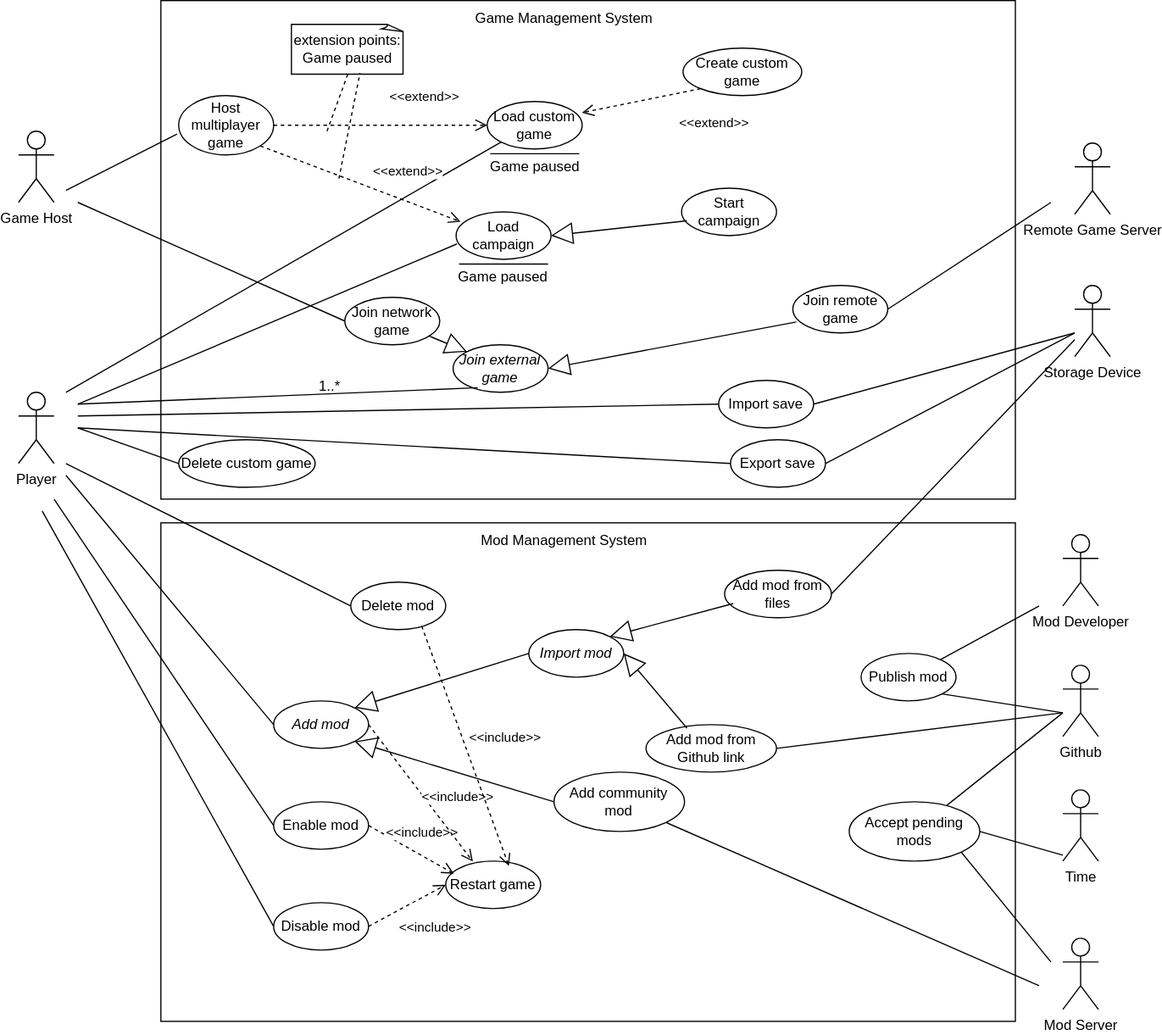
Earlier version of the draw.io export SE202526/Milestone2/UseCases/DiogoAntunes/UseCaseDiagram.svg (gabits17/Mindustry-Add-ons-SE-Project). Source tidied: cells renumbered, new cells last; positions are measured from the earlier drawing's top-left corner, leaving out a move shared by most shapes.
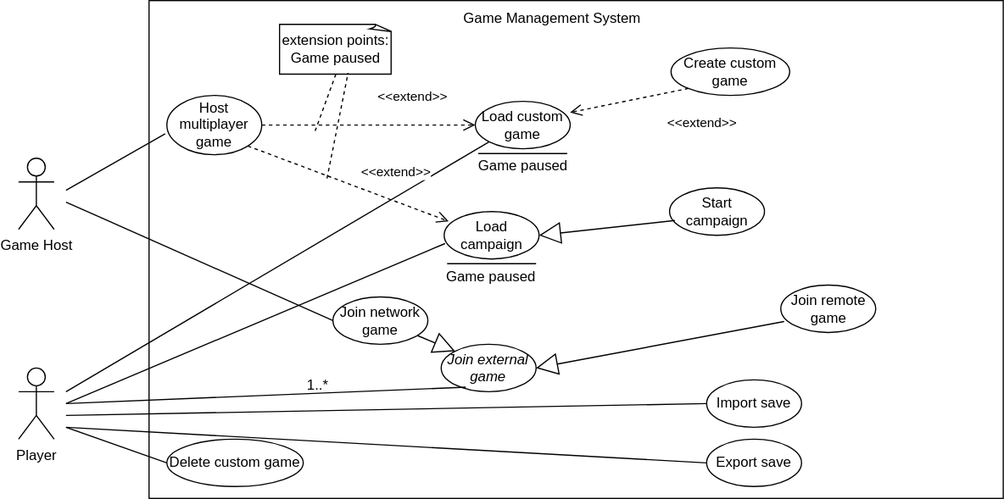
Later version of the same file.

Commit message:
Diogo Antunes 67763: Use Case Diagrams ammend after teacher advice, topic reduction

Diff of the diagram source:
```diff
@@ -4,8 +4,5 @@
     <mxCell id="1" parent="0" />
-    <mxCell id="2" value="Github" style="shape=umlActor;verticalLabelPosition=bottom;verticalAlign=top;html=1;" parent="1" vertex="1">
-      <mxGeometry x="880" y="560" width="30" height="60" as="geometry" />
-    </mxCell>
-    <mxCell id="3" style="rounded=0;whiteSpace=wrap;html=1;" parent="1" vertex="1">
-      <mxGeometry x="120" width="720" height="420" as="geometry" />
-    </mxCell>
+    <mxCell id="81" style="rounded=0;whiteSpace=wrap;html=1;" parent="1" vertex="1">
+      <mxGeometry x="120" width="720" height="420" as="geometry" />
+    </mxCell>
     <mxCell id="4" value="Game Management System" style="text;html=1;whiteSpace=wrap;strokeColor=none;fillColor=none;align=center;verticalAlign=middle;rounded=0;" parent="1" vertex="1">
@@ -13,102 +10,8 @@
     </mxCell>
-    <mxCell id="5" value="Mod Developer" style="shape=umlActor;verticalLabelPosition=bottom;verticalAlign=top;html=1;" parent="1" vertex="1">
-      <mxGeometry x="880" y="450" width="30" height="60" as="geometry" />
-    </mxCell>
     <mxCell id="6" value="Game Host" style="shape=umlActor;verticalLabelPosition=bottom;verticalAlign=top;html=1;" parent="1" vertex="1">
-      <mxGeometry y="110" width="30" height="60" as="geometry" />
+      <mxGeometry x="10" y="133" width="30" height="60" as="geometry" />
     </mxCell>
-    <mxCell id="7" style="rounded=0;whiteSpace=wrap;html=1;" parent="1" vertex="1">
-      <mxGeometry x="120" y="440" width="720" height="420" as="geometry" />
-    </mxCell>
-    <mxCell id="8" value="Mod Management System" style="text;html=1;whiteSpace=wrap;strokeColor=none;fillColor=none;align=center;verticalAlign=middle;rounded=0;" parent="1" vertex="1">
-      <mxGeometry x="330" y="440" width="260" height="30" as="geometry" />
-    </mxCell>
-    <mxCell id="9" value="Publish mod" style="ellipse;whiteSpace=wrap;html=1;" parent="1" vertex="1">
-      <mxGeometry x="710" y="550" width="80" height="40" as="geometry" />
-    </mxCell>
-    <mxCell id="10" value="&lt;i&gt;Add mod&lt;/i&gt;" style="ellipse;whiteSpace=wrap;html=1;" parent="1" vertex="1">
-      <mxGeometry x="215" y="590" width="80" height="40" as="geometry" />
-    </mxCell>
-    <mxCell id="11" value="Delete mod" style="ellipse;whiteSpace=wrap;html=1;" parent="1" vertex="1">
-      <mxGeometry x="280" y="490" width="80" height="40" as="geometry" />
-    </mxCell>
-    <mxCell id="12" style="endArrow=none;html=1;rounded=0;" parent="1" edge="1" target="9">
-      <mxGeometry relative="1" as="geometry">
-        <mxPoint x="860" y="510" as="sourcePoint" />
-      </mxGeometry>
-    </mxCell>
-    <mxCell id="13" value="&lt;i&gt;Import mod&lt;/i&gt;" style="ellipse;whiteSpace=wrap;html=1;" parent="1" vertex="1">
-      <mxGeometry x="430" y="530" width="80" height="40" as="geometry" />
-    </mxCell>
-    <mxCell id="14" value="Add mod from Github link" style="ellipse;whiteSpace=wrap;html=1;" parent="1" vertex="1">
-      <mxGeometry x="528.8" y="610" width="110" height="40" as="geometry" />
-    </mxCell>
-    <mxCell id="15" value="Add mod from files" style="ellipse;whiteSpace=wrap;html=1;" parent="1" vertex="1">
-      <mxGeometry x="595" y="480" width="90" height="40" as="geometry" />
-    </mxCell>
-    <mxCell id="16" value="Add community mod" style="ellipse;whiteSpace=wrap;html=1;" parent="1" vertex="1">
-      <mxGeometry x="451.2" y="650" width="110" height="50" as="geometry" />
-    </mxCell>
-    <mxCell id="17" value="Mod Server" style="shape=umlActor;verticalLabelPosition=bottom;verticalAlign=top;html=1;" parent="1" vertex="1">
-      <mxGeometry x="880" y="790" width="30" height="60" as="geometry" />
-    </mxCell>
-    <mxCell id="18" value="Time" style="shape=umlActor;verticalLabelPosition=bottom;verticalAlign=top;html=1;" parent="1" vertex="1">
-      <mxGeometry x="880" y="665" width="30" height="60" as="geometry" />
-    </mxCell>
-    <mxCell id="19" value="Accept pending mods" style="ellipse;whiteSpace=wrap;html=1;" parent="1" vertex="1">
-      <mxGeometry x="700" y="675" width="110" height="50" as="geometry" />
-    </mxCell>
-    <mxCell id="20" style="endArrow=none;html=1;rounded=0;exitX=1;exitY=0.5;exitDx=0;exitDy=0;" parent="1" edge="1" source="19">
-      <mxGeometry relative="1" as="geometry">
-        <mxPoint x="880" y="720" as="targetPoint" />
-      </mxGeometry>
-    </mxCell>
-    <mxCell id="21" style="endArrow=none;html=1;rounded=0;" parent="1" edge="1" source="19">
-      <mxGeometry relative="1" as="geometry">
-        <mxPoint x="880" y="600" as="targetPoint" />
-      </mxGeometry>
-    </mxCell>
-    <mxCell id="22" style="endArrow=none;html=1;rounded=0;entryX=0;entryY=0.5;entryDx=0;entryDy=0;" parent="1" edge="1" target="10">
-      <mxGeometry relative="1" as="geometry">
-        <mxPoint x="40" y="400" as="sourcePoint" />
-      </mxGeometry>
-    </mxCell>
-    <mxCell id="23" style="endArrow=none;html=1;rounded=0;entryX=0;entryY=0.5;entryDx=0;entryDy=0;" parent="1" edge="1" target="11">
-      <mxGeometry relative="1" as="geometry">
-        <mxPoint x="40" y="390" as="sourcePoint" />
-      </mxGeometry>
-    </mxCell>
-    <mxCell id="24" style="endArrow=block;endSize=16;endFill=0;html=1;rounded=0;exitX=0;exitY=0.5;exitDx=0;exitDy=0;entryX=1;entryY=0;entryDx=0;entryDy=0;" parent="1" edge="1" source="13" target="10">
-      <mxGeometry relative="1" as="geometry" />
-    </mxCell>
-    <mxCell id="25" style="endArrow=block;endSize=16;endFill=0;html=1;rounded=0;exitX=0;exitY=0.5;exitDx=0;exitDy=0;entryX=1;entryY=1;entryDx=0;entryDy=0;" parent="1" edge="1" source="16" target="10">
-      <mxGeometry relative="1" as="geometry" />
-    </mxCell>
-    <mxCell id="26" style="endArrow=block;endSize=16;endFill=0;html=1;rounded=0;exitX=0.081;exitY=0.7;exitDx=0;exitDy=0;entryX=1;entryY=0;entryDx=0;entryDy=0;exitPerimeter=0;" parent="1" edge="1" source="15" target="13">
-      <mxGeometry relative="1" as="geometry" />
-    </mxCell>
-    <mxCell id="27" style="endArrow=block;endSize=16;endFill=0;html=1;rounded=0;entryX=1;entryY=0.5;entryDx=0;entryDy=0;exitX=0.314;exitY=0.075;exitDx=0;exitDy=0;exitPerimeter=0;" parent="1" edge="1" source="14" target="13">
-      <mxGeometry relative="1" as="geometry" />
-    </mxCell>
     <mxCell id="28" value="Player" style="shape=umlActor;verticalLabelPosition=bottom;verticalAlign=top;html=1;" parent="1" vertex="1">
-      <mxGeometry y="330" width="30" height="60" as="geometry" />
+      <mxGeometry x="10" y="310" width="30" height="60" as="geometry" />
     </mxCell>
-    <mxCell id="29" style="endArrow=none;html=1;rounded=0;exitX=1;exitY=1;exitDx=0;exitDy=0;" parent="1" edge="1" source="9">
-      <mxGeometry relative="1" as="geometry">
-        <mxPoint x="880" y="600" as="targetPoint" />
-      </mxGeometry>
-    </mxCell>
-    <mxCell id="30" style="endArrow=none;html=1;rounded=0;exitX=1;exitY=1;exitDx=0;exitDy=0;" parent="1" edge="1" source="19">
-      <mxGeometry relative="1" as="geometry">
-        <mxPoint x="870" y="810" as="targetPoint" />
-      </mxGeometry>
-    </mxCell>
-    <mxCell id="31" style="endArrow=none;html=1;rounded=0;exitX=1;exitY=0.5;exitDx=0;exitDy=0;" parent="1" edge="1" source="14">
-      <mxGeometry relative="1" as="geometry">
-        <mxPoint x="880" y="600" as="targetPoint" />
-      </mxGeometry>
-    </mxCell>
-    <mxCell id="32" value="Storage Device" style="shape=umlActor;verticalLabelPosition=bottom;verticalAlign=top;html=1;" parent="1" vertex="1">
-      <mxGeometry x="890" y="240" width="30" height="60" as="geometry" />
-    </mxCell>
     <mxCell id="33" value="Delete custom game" style="ellipse;whiteSpace=wrap;html=1;" parent="1" vertex="1">
@@ -117,3 +20,3 @@
     <mxCell id="34" value="Export save" style="ellipse;whiteSpace=wrap;html=1;" parent="1" vertex="1">
-      <mxGeometry x="600" y="370" width="80" height="40" as="geometry" />
+      <mxGeometry x="590" y="370" width="80" height="40" as="geometry" />
     </mxCell>
@@ -122,15 +25,2 @@
     </mxCell>
-    <mxCell id="36" style="endArrow=none;html=1;rounded=0;entryX=1;entryY=0.5;entryDx=0;entryDy=0;" parent="1" edge="1" source="32" target="15">
-      <mxGeometry relative="1" as="geometry" />
-    </mxCell>
-    <mxCell id="37" style="endArrow=none;html=1;rounded=0;entryX=1;entryY=0.5;entryDx=0;entryDy=0;" parent="1" edge="1" target="35">
-      <mxGeometry relative="1" as="geometry">
-        <mxPoint x="890" y="280" as="sourcePoint" />
-      </mxGeometry>
-    </mxCell>
-    <mxCell id="38" style="endArrow=none;html=1;rounded=0;entryX=1;entryY=0.5;entryDx=0;entryDy=0;" parent="1" edge="1" target="34">
-      <mxGeometry relative="1" as="geometry">
-        <mxPoint x="890" y="280" as="sourcePoint" />
-      </mxGeometry>
-    </mxCell>
     <mxCell id="39" value="Host multiplayer game" style="ellipse;whiteSpace=wrap;html=1;" parent="1" vertex="1">
@@ -147,7 +37,7 @@
     </mxCell>
-    <mxCell id="43" style="endArrow=none;html=1;rounded=0;entryX=-0.017;entryY=0.647;entryDx=0;entryDy=0;entryPerimeter=0;" parent="1" edge="1" target="39">
-      <mxGeometry relative="1" as="geometry">
-        <mxPoint x="40" y="160" as="sourcePoint" />
-      </mxGeometry>
-    </mxCell>
+    <mxCell id="82" style="endArrow=none;html=1;rounded=0;entryX=-0.017;entryY=0.647;entryDx=0;entryDy=0;entryPerimeter=0;" parent="1" edge="1" target="39">
+      <mxGeometry relative="1" as="geometry">
+        <mxPoint x="50" y="160" as="sourcePoint" />
+      </mxGeometry>
+    </mxCell>
     <mxCell id="44" value="&amp;lt;&amp;lt;extend&amp;gt;&amp;gt;" style="html=1;verticalAlign=bottom;endArrow=open;dashed=1;endSize=8;curved=0;rounded=0;entryX=0;entryY=0.5;entryDx=0;entryDy=0;exitX=1;exitY=0.5;exitDx=0;exitDy=0;" parent="1" edge="1" source="39" target="48">
@@ -158,12 +48,7 @@
     </mxCell>
-    <mxCell id="46" style="endArrow=none;dashed=1;html=1;rounded=0;entryX=0.5;entryY=1;entryDx=0;entryDy=0;entryPerimeter=0;" parent="1" edge="1" target="45">
-      <mxGeometry relative="1" as="geometry">
-        <mxPoint x="260" y="110" as="sourcePoint" />
-      </mxGeometry>
-    </mxCell>
-    <mxCell id="47" style="endArrow=none;html=1;rounded=0;exitX=1;exitY=1;exitDx=0;exitDy=0;" parent="1" edge="1" source="16">
-      <mxGeometry relative="1" as="geometry">
-        <mxPoint x="860" y="830" as="targetPoint" />
-      </mxGeometry>
-    </mxCell>
+    <mxCell id="83" style="endArrow=none;dashed=1;html=1;rounded=0;entryX=0.5;entryY=1;entryDx=0;entryDy=0;entryPerimeter=0;" parent="1" edge="1" target="45">
+      <mxGeometry relative="1" as="geometry">
+        <mxPoint x="260" y="110" as="sourcePoint" />
+      </mxGeometry>
+    </mxCell>
     <mxCell id="48" value="Load custom game" style="ellipse;whiteSpace=wrap;html=1;" parent="1" vertex="1">
@@ -171,28 +56,28 @@
     </mxCell>
-    <mxCell id="49" value="Game paused" style="text;html=1;whiteSpace=wrap;strokeColor=none;fillColor=none;align=center;verticalAlign=middle;rounded=0;" parent="1" vertex="1">
-      <mxGeometry x="392.5" y="125" width="85" height="30" as="geometry" />
-    </mxCell>
-    <mxCell id="50" style="line;strokeWidth=1;fillColor=none;align=left;verticalAlign=middle;spacingTop=-1;spacingLeft=3;spacingRight=3;labelPosition=right;strokeColor=inherit;" parent="1" vertex="1">
-      <mxGeometry x="397.5" y="125" width="75" height="8" as="geometry" />
-    </mxCell>
-    <mxCell id="51" style="endArrow=none;html=1;rounded=0;entryX=0;entryY=0.5;entryDx=0;entryDy=0;" parent="1" edge="1" target="33">
-      <mxGeometry relative="1" as="geometry">
-        <mxPoint x="50" y="360" as="sourcePoint" />
-      </mxGeometry>
-    </mxCell>
-    <mxCell id="52" style="endArrow=none;html=1;rounded=0;entryX=0;entryY=0.5;entryDx=0;entryDy=0;" parent="1" edge="1" target="34">
-      <mxGeometry relative="1" as="geometry">
-        <mxPoint x="50" y="360" as="sourcePoint" />
-      </mxGeometry>
-    </mxCell>
-    <mxCell id="53" style="endArrow=none;html=1;rounded=0;entryX=0;entryY=1;entryDx=0;entryDy=0;" parent="1" edge="1" target="48">
-      <mxGeometry relative="1" as="geometry">
-        <mxPoint x="40" y="330" as="sourcePoint" />
-      </mxGeometry>
-    </mxCell>
-    <mxCell id="54" style="endArrow=none;html=1;rounded=0;entryX=0.009;entryY=0.675;entryDx=0;entryDy=0;entryPerimeter=0;" parent="1" edge="1" target="40">
-      <mxGeometry relative="1" as="geometry">
-        <mxPoint x="50" y="340" as="sourcePoint" />
-      </mxGeometry>
-    </mxCell>
+    <mxCell id="84" value="Game paused" style="text;html=1;whiteSpace=wrap;strokeColor=none;fillColor=none;align=center;verticalAlign=middle;rounded=0;" parent="1" vertex="1">
+      <mxGeometry x="392.5" y="125" width="85" height="30" as="geometry" />
+    </mxCell>
+    <mxCell id="85" style="line;strokeWidth=1;fillColor=none;align=left;verticalAlign=middle;spacingTop=-1;spacingLeft=3;spacingRight=3;labelPosition=right;strokeColor=inherit;" parent="1" vertex="1">
+      <mxGeometry x="397.5" y="125" width="75" height="8" as="geometry" />
+    </mxCell>
+    <mxCell id="86" style="endArrow=none;html=1;rounded=0;entryX=0;entryY=0.5;entryDx=0;entryDy=0;" parent="1" edge="1" target="33">
+      <mxGeometry relative="1" as="geometry">
+        <mxPoint x="50" y="360" as="sourcePoint" />
+      </mxGeometry>
+    </mxCell>
+    <mxCell id="87" style="endArrow=none;html=1;rounded=0;entryX=0;entryY=0.5;entryDx=0;entryDy=0;" parent="1" edge="1" target="34">
+      <mxGeometry relative="1" as="geometry">
+        <mxPoint x="50" y="360" as="sourcePoint" />
+      </mxGeometry>
+    </mxCell>
+    <mxCell id="88" style="endArrow=none;html=1;rounded=0;entryX=0;entryY=1;entryDx=0;entryDy=0;" parent="1" edge="1" target="48">
+      <mxGeometry relative="1" as="geometry">
+        <mxPoint x="50" y="330" as="sourcePoint" />
+      </mxGeometry>
+    </mxCell>
+    <mxCell id="89" style="endArrow=none;html=1;rounded=0;entryX=0.009;entryY=0.675;entryDx=0;entryDy=0;entryPerimeter=0;" parent="1" edge="1" target="40">
+      <mxGeometry relative="1" as="geometry">
+        <mxPoint x="50" y="340" as="sourcePoint" />
+      </mxGeometry>
+    </mxCell>
     <mxCell id="55" value="&lt;i&gt;Join external game&lt;/i&gt;" style="ellipse;whiteSpace=wrap;html=1;" parent="1" vertex="1">
@@ -200,7 +85,7 @@
     </mxCell>
-    <mxCell id="56" style="endArrow=none;html=1;rounded=0;entryX=0.259;entryY=0.904;entryDx=0;entryDy=0;entryPerimeter=0;" parent="1" edge="1" target="55">
-      <mxGeometry relative="1" as="geometry">
-        <mxPoint x="50" y="340" as="sourcePoint" />
-      </mxGeometry>
-    </mxCell>
+    <mxCell id="90" style="endArrow=none;html=1;rounded=0;entryX=0.259;entryY=0.904;entryDx=0;entryDy=0;entryPerimeter=0;" parent="1" edge="1" target="55">
+      <mxGeometry relative="1" as="geometry">
+        <mxPoint x="50" y="340" as="sourcePoint" />
+      </mxGeometry>
+    </mxCell>
     <mxCell id="57" value="Join network game" style="ellipse;whiteSpace=wrap;html=1;" parent="1" vertex="1">
@@ -211,7 +96,7 @@
     </mxCell>
-    <mxCell id="59" style="endArrow=none;html=1;rounded=0;entryX=0;entryY=0.5;entryDx=0;entryDy=0;" parent="1" edge="1" target="57">
-      <mxGeometry relative="1" as="geometry">
-        <mxPoint x="50" y="170" as="sourcePoint" />
-      </mxGeometry>
-    </mxCell>
+    <mxCell id="91" style="endArrow=none;html=1;rounded=0;entryX=0;entryY=0.5;entryDx=0;entryDy=0;" parent="1" edge="1" target="57">
+      <mxGeometry relative="1" as="geometry">
+        <mxPoint x="50" y="170" as="sourcePoint" />
+      </mxGeometry>
+    </mxCell>
     <mxCell id="60" style="endArrow=block;endSize=16;endFill=0;html=1;rounded=0;entryX=0;entryY=0;entryDx=0;entryDy=0;" parent="1" edge="1" source="57" target="55">
@@ -222,10 +107,2 @@
     </mxCell>
-    <mxCell id="62" style="endArrow=none;html=1;rounded=0;entryX=1;entryY=0.5;entryDx=0;entryDy=0;" parent="1" edge="1" target="58">
-      <mxGeometry relative="1" as="geometry">
-        <mxPoint x="870" y="170" as="sourcePoint" />
-      </mxGeometry>
-    </mxCell>
-    <mxCell id="63" value="Remote Game Server" style="shape=umlActor;verticalLabelPosition=bottom;verticalAlign=top;html=1;" parent="1" vertex="1">
-      <mxGeometry x="890" y="120" width="30" height="60" as="geometry" />
-    </mxCell>
     <mxCell id="64" value="1..*" style="text;html=1;whiteSpace=wrap;strokeColor=none;fillColor=none;align=center;verticalAlign=middle;rounded=0;" parent="1" vertex="1">
@@ -241,13 +118,13 @@
     </mxCell>
-    <mxCell id="67" style="endArrow=none;html=1;rounded=0;entryX=0;entryY=0.5;entryDx=0;entryDy=0;" parent="1" edge="1" target="35">
-      <mxGeometry relative="1" as="geometry">
-        <mxPoint x="50" y="350" as="sourcePoint" />
-      </mxGeometry>
-    </mxCell>
-    <mxCell id="68" value="Game paused" style="text;html=1;whiteSpace=wrap;strokeColor=none;fillColor=none;align=center;verticalAlign=middle;rounded=0;" parent="1" vertex="1">
-      <mxGeometry x="366.2" y="218" width="85" height="30" as="geometry" />
-    </mxCell>
-    <mxCell id="69" style="line;strokeWidth=1;fillColor=none;align=left;verticalAlign=middle;spacingTop=-1;spacingLeft=3;spacingRight=3;labelPosition=right;strokeColor=inherit;" parent="1" vertex="1">
-      <mxGeometry x="371.2" y="218" width="75" height="8" as="geometry" />
-    </mxCell>
+    <mxCell id="92" style="endArrow=none;html=1;rounded=0;entryX=0;entryY=0.5;entryDx=0;entryDy=0;" parent="1" edge="1" target="35">
+      <mxGeometry relative="1" as="geometry">
+        <mxPoint x="50" y="350" as="sourcePoint" />
+      </mxGeometry>
+    </mxCell>
+    <mxCell id="93" value="Game paused" style="text;html=1;whiteSpace=wrap;strokeColor=none;fillColor=none;align=center;verticalAlign=middle;rounded=0;" parent="1" vertex="1">
+      <mxGeometry x="366.2" y="218" width="85" height="30" as="geometry" />
+    </mxCell>
+    <mxCell id="94" style="line;strokeWidth=1;fillColor=none;align=left;verticalAlign=middle;spacingTop=-1;spacingLeft=3;spacingRight=3;labelPosition=right;strokeColor=inherit;" parent="1" vertex="1">
+      <mxGeometry x="371.2" y="218" width="75" height="8" as="geometry" />
+    </mxCell>
     <mxCell id="70" value="&amp;lt;&amp;lt;extend&amp;gt;&amp;gt;" style="html=1;verticalAlign=bottom;endArrow=open;dashed=1;endSize=8;curved=0;rounded=0;entryX=0.047;entryY=0.206;entryDx=0;entryDy=0;exitX=1;exitY=1;exitDx=0;exitDy=0;entryPerimeter=0;" parent="1" edge="1" source="39" target="40">
@@ -255,38 +132,7 @@
     </mxCell>
-    <mxCell id="71" style="endArrow=none;dashed=1;html=1;rounded=0;entryX=0.608;entryY=0.978;entryDx=0;entryDy=0;entryPerimeter=0;" parent="1" edge="1" target="45">
-      <mxGeometry relative="1" as="geometry">
-        <mxPoint x="270" y="150" as="sourcePoint" />
-      </mxGeometry>
-    </mxCell>
-    <mxCell id="72" value="Enable mod" style="ellipse;whiteSpace=wrap;html=1;" parent="1" vertex="1">
-      <mxGeometry x="215" y="675" width="80" height="40" as="geometry" />
-    </mxCell>
-    <mxCell id="73" value="Disable mod" style="ellipse;whiteSpace=wrap;html=1;" parent="1" vertex="1">
-      <mxGeometry x="215" y="760" width="80" height="40" as="geometry" />
-    </mxCell>
-    <mxCell id="74" style="endArrow=none;html=1;rounded=0;entryX=0;entryY=0.5;entryDx=0;entryDy=0;" parent="1" edge="1" target="72">
-      <mxGeometry relative="1" as="geometry">
-        <mxPoint x="30" y="420" as="sourcePoint" />
-      </mxGeometry>
-    </mxCell>
-    <mxCell id="75" value="Restart game" style="ellipse;whiteSpace=wrap;html=1;" parent="1" vertex="1">
-      <mxGeometry x="360" y="725" width="80" height="40" as="geometry" />
-    </mxCell>
-    <mxCell id="76" value="&amp;lt;&amp;lt;include&amp;gt;&amp;gt;" style="html=1;verticalAlign=bottom;endArrow=open;dashed=1;endSize=8;curved=0;rounded=0;entryX=0;entryY=0.5;entryDx=0;entryDy=0;exitX=1;exitY=0.5;exitDx=0;exitDy=0;" parent="1" edge="1" source="73" target="75">
-      <mxGeometry x="0.18" y="-35" relative="1" as="geometry" />
-    </mxCell>
-    <mxCell id="77" value="&amp;lt;&amp;lt;include&amp;gt;&amp;gt;" style="html=1;verticalAlign=bottom;endArrow=open;dashed=1;endSize=8;curved=0;rounded=0;entryX=0.086;entryY=0.265;entryDx=0;entryDy=0;exitX=1;exitY=0.5;exitDx=0;exitDy=0;entryPerimeter=0;" parent="1" edge="1" source="72" target="75">
-      <mxGeometry x="0.13" y="9" relative="1" as="geometry" />
-    </mxCell>
-    <mxCell id="78" value="&amp;lt;&amp;lt;include&amp;gt;&amp;gt;" style="html=1;verticalAlign=bottom;endArrow=open;dashed=1;endSize=8;curved=0;rounded=0;entryX=0.286;entryY=0.009;entryDx=0;entryDy=0;exitX=1;exitY=0.5;exitDx=0;exitDy=0;entryPerimeter=0;" parent="1" edge="1" source="10" target="75">
-      <mxGeometry x="0.39" y="17" relative="1" as="geometry" />
-    </mxCell>
-    <mxCell id="79" value="&amp;lt;&amp;lt;include&amp;gt;&amp;gt;" style="html=1;verticalAlign=bottom;endArrow=open;dashed=1;endSize=8;curved=0;rounded=0;entryX=0.665;entryY=0.102;entryDx=0;entryDy=0;exitX=0.747;exitY=0.923;exitDx=0;exitDy=0;exitPerimeter=0;entryPerimeter=0;" parent="1" edge="1" source="11" target="75">
-      <mxGeometry x="0.12" y="31" relative="1" as="geometry" />
-    </mxCell>
-    <mxCell id="80" style="endArrow=none;html=1;rounded=0;entryX=0;entryY=0.5;entryDx=0;entryDy=0;" parent="1" edge="1" target="73">
-      <mxGeometry relative="1" as="geometry">
-        <mxPoint x="20" y="430" as="sourcePoint" />
-      </mxGeometry>
-    </mxCell>
+    <mxCell id="95" style="endArrow=none;dashed=1;html=1;rounded=0;entryX=0.608;entryY=0.978;entryDx=0;entryDy=0;entryPerimeter=0;" parent="1" edge="1" target="45">
+      <mxGeometry relative="1" as="geometry">
+        <mxPoint x="270" y="150" as="sourcePoint" />
+      </mxGeometry>
+    </mxCell>
   </root>
```
